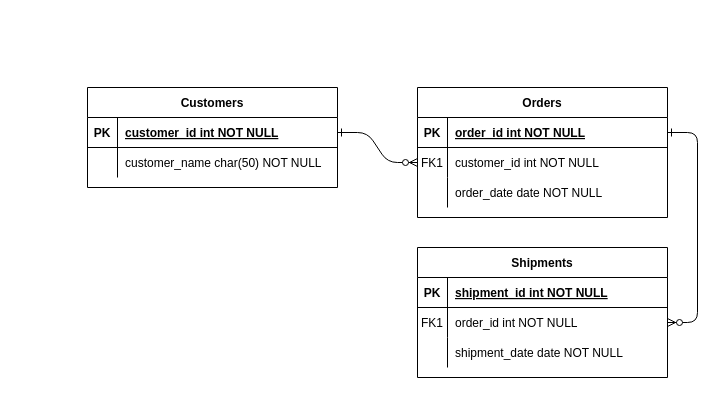
Before: Meu_primeiro_DER.drawio in MathGoOli/draw.io_DER, a draw.io diagram. Source tidied: cells renumbered, new cells numbered last; positions are measured from the earlier drawing's top-left corner, leaving out a move shared by most shapes. Both pictures are drawn from the tidied source at 100%, with x=0, y=0 at pixel (87, 87).
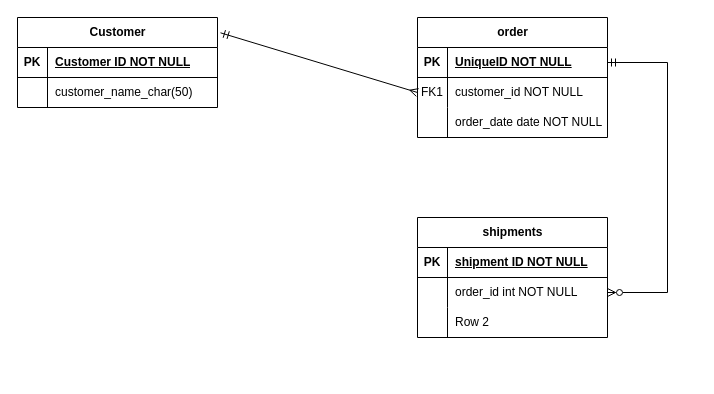
Above is the later version.

What changed in the source:
```diff
@@
-    <mxCell id="2" style="edgeStyle=entityRelationEdgeStyle;endArrow=ERzeroToMany;startArrow=ERone;endFill=1;startFill=0;" parent="1" edge="1" source="25" target="8">
-      <mxGeometry relative="1" as="geometry" />
-    </mxCell>
-    <mxCell id="3" style="edgeStyle=entityRelationEdgeStyle;endArrow=ERzeroToMany;startArrow=ERone;endFill=1;startFill=0;" parent="1" edge="1" source="5" target="18">
-      <mxGeometry relative="1" as="geometry" />
-    </mxCell>
-    <mxCell id="4" value="Orders" style="shape=table;startSize=30;childLayout=tableLayout;rowLines=0;fontStyle=1;align=center;" parent="1" vertex="1">
-      <mxGeometry x="330" width="250" height="130" as="geometry" />
-    </mxCell>
-    <mxCell id="5" style="shape=partialRectangle;fillColor=none;points=[[0,0.5],[1,0.5]];portConstraint=eastwest;top=0;left=0;right=0;bottom=1;" parent="4" vertex="1">
-      <mxGeometry y="30" width="250" height="30" as="geometry" />
-    </mxCell>
-    <mxCell id="6" value="PK" style="shape=partialRectangle;overflow=hidden;fillColor=none;top=0;left=0;bottom=0;right=0;fontStyle=1;" parent="5" vertex="1">
-      <mxGeometry width="30" height="30" as="geometry" />
-    </mxCell>
-    <mxCell id="7" value="order_id int NOT NULL " style="shape=partialRectangle;overflow=hidden;fillColor=none;top=0;left=0;bottom=0;right=0;align=left;spacingLeft=6;fontStyle=5;" parent="5" vertex="1">
-      <mxGeometry x="30" width="220" height="30" as="geometry" />
-    </mxCell>
-    <mxCell id="8" style="shape=partialRectangle;fillColor=none;points=[[0,0.5],[1,0.5]];portConstraint=eastwest;top=0;left=0;right=0;bottom=0;" parent="4" vertex="1">
-      <mxGeometry y="60" width="250" height="30" as="geometry" />
-    </mxCell>
-    <mxCell id="9" value="FK1" style="shape=partialRectangle;overflow=hidden;fillColor=none;top=0;left=0;bottom=0;right=0;" parent="8" vertex="1">
-      <mxGeometry width="30" height="30" as="geometry" />
-    </mxCell>
-    <mxCell id="10" value="customer_id int NOT NULL" style="shape=partialRectangle;overflow=hidden;fillColor=none;top=0;left=0;bottom=0;right=0;align=left;spacingLeft=6;" parent="8" vertex="1">
-      <mxGeometry x="30" width="220" height="30" as="geometry" />
-    </mxCell>
-    <mxCell id="11" style="shape=partialRectangle;fillColor=none;top=0;left=0;right=0;bottom=0;" parent="4" vertex="1">
-      <mxGeometry y="90" width="250" height="30" as="geometry" />
-    </mxCell>
-    <mxCell id="12" style="shape=partialRectangle;overflow=hidden;fillColor=none;top=0;left=0;bottom=0;right=0;" parent="11" vertex="1">
-      <mxGeometry width="30" height="30" as="geometry" />
-    </mxCell>
+    <mxCell id="31" value="Customer" style="shape=table;startSize=30;childLayout=tableLayout;rowLines=0;fontStyle=1;align=center;html=1;" parent="1" vertex="1">
+      <mxGeometry x="-70" y="-70" width="200" height="90" as="geometry" />
+    </mxCell>
+    <mxCell id="32" style="shape=tableRow;horizontal=0;startSize=0;swimlaneHead=0;swimlaneBody=0;fillColor=none;top=0;left=0;right=0;bottom=1;" parent="31" vertex="1">
+      <mxGeometry y="30" width="200" height="30" as="geometry" />
+    </mxCell>
+    <mxCell id="33" value="PK" style="shape=partialRectangle;fillColor=none;top=0;left=0;bottom=0;right=0;fontStyle=1;overflow=hidden;whiteSpace=wrap;html=1;" parent="32" vertex="1">
+      <mxGeometry width="30" height="30" as="geometry" />
+    </mxCell>
+    <mxCell id="34" value="Customer ID NOT NULL" style="shape=partialRectangle;fillColor=none;top=0;left=0;bottom=0;right=0;align=left;spacingLeft=6;fontStyle=5;overflow=hidden;whiteSpace=wrap;html=1;" parent="32" vertex="1">
+      <mxGeometry x="30" width="170" height="30" as="geometry" />
+    </mxCell>
+    <mxCell id="35" style="shape=tableRow;horizontal=0;startSize=0;swimlaneHead=0;swimlaneBody=0;fillColor=none;top=0;left=0;right=0;bottom=0;" parent="31" vertex="1">
+      <mxGeometry y="60" width="200" height="30" as="geometry" />
+    </mxCell>
+    <mxCell id="36" style="shape=partialRectangle;fillColor=none;top=0;left=0;bottom=0;right=0;overflow=hidden;whiteSpace=wrap;html=1;" parent="35" vertex="1">
+      <mxGeometry width="30" height="30" as="geometry" />
+    </mxCell>
+    <mxCell id="37" value="customer_name_char(50)" style="shape=partialRectangle;fillColor=none;top=0;left=0;bottom=0;right=0;align=left;spacingLeft=6;overflow=hidden;whiteSpace=wrap;html=1;" parent="35" vertex="1">
+      <mxGeometry x="30" width="170" height="30" as="geometry" />
+    </mxCell>
+    <mxCell id="38" value="order" style="shape=table;startSize=30;childLayout=tableLayout;rowLines=0;fontStyle=1;align=center;html=1;" parent="1" vertex="1">
+      <mxGeometry x="330" y="-70" width="190" height="120" as="geometry" />
+    </mxCell>
+    <mxCell id="39" style="shape=tableRow;horizontal=0;startSize=0;swimlaneHead=0;swimlaneBody=0;fillColor=none;points=[[0,0.5],[1,0.5]];portConstraint=eastwest;top=0;left=0;right=0;bottom=1;" parent="38" vertex="1">
+      <mxGeometry y="30" width="190" height="30" as="geometry" />
+    </mxCell>
+    <mxCell id="40" value="PK" style="shape=partialRectangle;fillColor=none;top=0;left=0;bottom=0;right=0;fontStyle=1;overflow=hidden;whiteSpace=wrap;html=1;" parent="39" vertex="1">
+      <mxGeometry width="30" height="30" as="geometry" />
+    </mxCell>
+    <mxCell id="41" value="UniqueID NOT NULL" style="shape=partialRectangle;fillColor=none;top=0;left=0;bottom=0;right=0;align=left;spacingLeft=6;fontStyle=5;overflow=hidden;whiteSpace=wrap;html=1;" parent="39" vertex="1">
+      <mxGeometry x="30" width="160" height="30" as="geometry" />
+    </mxCell>
+    <mxCell id="42" style="shape=tableRow;horizontal=0;startSize=0;swimlaneHead=0;swimlaneBody=0;fillColor=none;points=[[0,0.5],[1,0.5]];portConstraint=eastwest;top=0;left=0;right=0;bottom=0;" parent="38" vertex="1">
+      <mxGeometry y="60" width="190" height="30" as="geometry" />
+    </mxCell>
+    <mxCell id="43" value="FK1" style="shape=partialRectangle;fillColor=none;top=0;left=0;bottom=0;right=0;overflow=hidden;whiteSpace=wrap;html=1;" parent="42" vertex="1">
+      <mxGeometry width="30" height="30" as="geometry" />
+    </mxCell>
+    <mxCell id="44" value="customer_id NOT NULL" style="shape=partialRectangle;fillColor=none;top=0;left=0;bottom=0;right=0;align=left;spacingLeft=6;overflow=hidden;whiteSpace=wrap;html=1;" parent="42" vertex="1">
+      <mxGeometry x="30" width="160" height="30" as="geometry" />
+    </mxCell>
+    <mxCell id="45" style="shape=tableRow;horizontal=0;startSize=0;swimlaneHead=0;swimlaneBody=0;fillColor=none;top=0;left=0;right=0;bottom=0;" parent="38" vertex="1">
+      <mxGeometry y="90" width="190" height="30" as="geometry" />
+    </mxCell>
+    <mxCell id="46" style="shape=partialRectangle;fillColor=none;top=0;left=0;bottom=0;right=0;overflow=hidden;whiteSpace=wrap;html=1;" parent="45" vertex="1">
+      <mxGeometry width="30" height="30" as="geometry" />
+    </mxCell>
-    <mxCell id="13" value="order_date date NOT NULL" style="shape=partialRectangle;overflow=hidden;fillColor=none;top=0;left=0;bottom=0;right=0;align=left;spacingLeft=6;" parent="11" vertex="1">
-      <mxGeometry x="30" width="220" height="30" as="geometry" />
+    <mxCell id="13" value="order_date date NOT NULL" style="shape=partialRectangle;fillColor=none;top=0;left=0;bottom=0;right=0;align=left;spacingLeft=6;overflow=hidden;whiteSpace=wrap;html=1;" parent="45" vertex="1">
+      <mxGeometry x="30" width="160" height="30" as="geometry" />
     </mxCell>
-    <mxCell id="14" value="Shipments" style="shape=table;startSize=30;childLayout=tableLayout;rowLines=0;fontStyle=1;align=center;" parent="1" vertex="1">
-      <mxGeometry x="330" y="160" width="250" height="130" as="geometry" />
-    </mxCell>
-    <mxCell id="15" style="shape=partialRectangle;fillColor=none;top=0;left=0;right=0;bottom=1;" parent="14" vertex="1">
-      <mxGeometry y="30" width="250" height="30" as="geometry" />
-    </mxCell>
-    <mxCell id="16" value="PK" style="shape=partialRectangle;overflow=hidden;fillColor=none;top=0;left=0;bottom=0;right=0;fontStyle=1;" parent="15" vertex="1">
-      <mxGeometry width="30" height="30" as="geometry" />
-    </mxCell>
-    <mxCell id="17" value="shipment_id int NOT NULL " style="shape=partialRectangle;overflow=hidden;fillColor=none;top=0;left=0;bottom=0;right=0;align=left;spacingLeft=6;fontStyle=5;" parent="15" vertex="1">
-      <mxGeometry x="30" width="220" height="30" as="geometry" />
-    </mxCell>
-    <mxCell id="18" style="shape=partialRectangle;fillColor=none;points=[[0,0.5],[1,0.5]];portConstraint=eastwest;top=0;left=0;right=0;bottom=0;" parent="14" vertex="1">
-      <mxGeometry y="60" width="250" height="30" as="geometry" />
-    </mxCell>
-    <mxCell id="19" value="FK1" style="shape=partialRectangle;overflow=hidden;fillColor=none;top=0;left=0;bottom=0;right=0;" parent="18" vertex="1">
-      <mxGeometry width="30" height="30" as="geometry" />
-    </mxCell>
-    <mxCell id="20" value="order_id int NOT NULL" style="shape=partialRectangle;overflow=hidden;fillColor=none;top=0;left=0;bottom=0;right=0;align=left;spacingLeft=6;" parent="18" vertex="1">
-      <mxGeometry x="30" width="220" height="30" as="geometry" />
-    </mxCell>
-    <mxCell id="21" style="shape=partialRectangle;fillColor=none;top=0;left=0;right=0;bottom=0;" parent="14" vertex="1">
-      <mxGeometry y="90" width="250" height="30" as="geometry" />
-    </mxCell>
-    <mxCell id="22" style="shape=partialRectangle;overflow=hidden;fillColor=none;top=0;left=0;bottom=0;right=0;" parent="21" vertex="1">
-      <mxGeometry width="30" height="30" as="geometry" />
-    </mxCell>
-    <mxCell id="23" value="shipment_date date NOT NULL" style="shape=partialRectangle;overflow=hidden;fillColor=none;top=0;left=0;bottom=0;right=0;align=left;spacingLeft=6;" parent="21" vertex="1">
-      <mxGeometry x="30" width="220" height="30" as="geometry" />
-    </mxCell>
-    <mxCell id="24" value="Customers" style="shape=table;startSize=30;childLayout=tableLayout;rowLines=0;fontStyle=1;align=center;" parent="1" vertex="1">
-      <mxGeometry width="250" height="100" as="geometry" />
-    </mxCell>
-    <mxCell id="25" style="shape=partialRectangle;fillColor=none;points=[[0,0.5],[1,0.5]];portConstraint=eastwest;top=0;left=0;right=0;bottom=1;" parent="24" vertex="1">
-      <mxGeometry y="30" width="250" height="30" as="geometry" />
-    </mxCell>
-    <mxCell id="26" value="PK" style="shape=partialRectangle;overflow=hidden;fillColor=none;top=0;left=0;bottom=0;right=0;fontStyle=1;" parent="25" vertex="1">
-      <mxGeometry width="30" height="30" as="geometry" />
-    </mxCell>
-    <mxCell id="27" value="customer_id int NOT NULL " style="shape=partialRectangle;overflow=hidden;fillColor=none;top=0;left=0;bottom=0;right=0;align=left;spacingLeft=6;fontStyle=5;" parent="25" vertex="1">
-      <mxGeometry x="30" width="220" height="30" as="geometry" />
-    </mxCell>
-    <mxCell id="28" style="shape=partialRectangle;fillColor=none;top=0;left=0;right=0;bottom=0;" parent="24" vertex="1">
-      <mxGeometry y="60" width="250" height="30" as="geometry" />
-    </mxCell>
-    <mxCell id="29" style="shape=partialRectangle;overflow=hidden;fillColor=none;top=0;left=0;bottom=0;right=0;" parent="28" vertex="1">
-      <mxGeometry width="30" height="30" as="geometry" />
-    </mxCell>
-    <mxCell id="30" value="customer_name char(50) NOT NULL" style="shape=partialRectangle;overflow=hidden;fillColor=none;top=0;left=0;bottom=0;right=0;align=left;spacingLeft=6;" parent="28" vertex="1">
-      <mxGeometry x="30" width="220" height="30" as="geometry" />
-    </mxCell>
+    <mxCell id="47" style="fontSize=12;html=1;endArrow=ERmany;endFill=0;rounded=0;exitX=1.015;exitY=0.17;exitDx=0;exitDy=0;exitPerimeter=0;startArrow=ERmandOne;startFill=0;elbow=vertical;entryX=0;entryY=0.5;entryDx=0;entryDy=0;" parent="1" edge="1" source="31" target="42">
+      <mxGeometry relative="1" as="geometry" />
+    </mxCell>
+    <mxCell id="48" value="shipments" style="shape=table;startSize=30;childLayout=tableLayout;rowLines=0;fontStyle=1;align=center;html=1;" parent="1" vertex="1">
+      <mxGeometry x="330" y="130" width="190" height="120" as="geometry" />
+    </mxCell>
+    <mxCell id="49" style="shape=tableRow;horizontal=0;startSize=0;swimlaneHead=0;swimlaneBody=0;fillColor=none;top=0;left=0;right=0;bottom=1;" parent="48" vertex="1">
+      <mxGeometry y="30" width="190" height="30" as="geometry" />
+    </mxCell>
+    <mxCell id="50" value="PK" style="shape=partialRectangle;fillColor=none;top=0;left=0;bottom=0;right=0;fontStyle=1;overflow=hidden;whiteSpace=wrap;html=1;" parent="49" vertex="1">
+      <mxGeometry width="30" height="30" as="geometry" />
+    </mxCell>
+    <mxCell id="51" value="shipment ID NOT NULL" style="shape=partialRectangle;fillColor=none;top=0;left=0;bottom=0;right=0;align=left;spacingLeft=6;fontStyle=5;overflow=hidden;whiteSpace=wrap;html=1;" parent="49" vertex="1">
+      <mxGeometry x="30" width="160" height="30" as="geometry" />
+    </mxCell>
+    <mxCell id="52" style="shape=tableRow;horizontal=0;startSize=0;swimlaneHead=0;swimlaneBody=0;fillColor=none;points=[[0,0.5],[1,0.5]];portConstraint=eastwest;top=0;left=0;right=0;bottom=0;" parent="48" vertex="1">
+      <mxGeometry y="60" width="190" height="30" as="geometry" />
+    </mxCell>
+    <mxCell id="53" style="shape=partialRectangle;fillColor=none;top=0;left=0;bottom=0;right=0;overflow=hidden;whiteSpace=wrap;html=1;" parent="52" vertex="1">
+      <mxGeometry width="30" height="30" as="geometry" />
+    </mxCell>
+    <mxCell id="54" value="order_id int NOT NULL" style="shape=partialRectangle;fillColor=none;top=0;left=0;bottom=0;right=0;align=left;spacingLeft=6;overflow=hidden;whiteSpace=wrap;html=1;" parent="52" vertex="1">
+      <mxGeometry x="30" width="160" height="30" as="geometry" />
+    </mxCell>
+    <mxCell id="55" style="shape=tableRow;horizontal=0;startSize=0;swimlaneHead=0;swimlaneBody=0;fillColor=none;top=0;left=0;right=0;bottom=0;" parent="48" vertex="1">
+      <mxGeometry y="90" width="190" height="30" as="geometry" />
+    </mxCell>
+    <mxCell id="56" style="shape=partialRectangle;fillColor=none;top=0;left=0;bottom=0;right=0;overflow=hidden;whiteSpace=wrap;html=1;" parent="55" vertex="1">
+      <mxGeometry width="30" height="30" as="geometry" />
+    </mxCell>
+    <mxCell id="57" value="Row 2" style="shape=partialRectangle;fillColor=none;top=0;left=0;bottom=0;right=0;align=left;spacingLeft=6;overflow=hidden;whiteSpace=wrap;html=1;" parent="55" vertex="1">
+      <mxGeometry x="30" width="160" height="30" as="geometry" />
+    </mxCell>
+    <mxCell id="58" style="fontSize=12;html=1;endArrow=ERmandOne;rounded=0;entryX=1;entryY=0.5;entryDx=0;entryDy=0;exitX=1;exitY=0.5;exitDx=0;exitDy=0;startArrow=ERzeroToMany;startFill=0;edgeStyle=orthogonalEdgeStyle;" parent="1" edge="1" source="52" target="39">
+      <mxGeometry relative="1" as="geometry">
+        <Array as="points">
+          <mxPoint x="580" y="205" />
+          <mxPoint x="580" y="-25" />
+        </Array>
+      </mxGeometry>
+    </mxCell>
```
